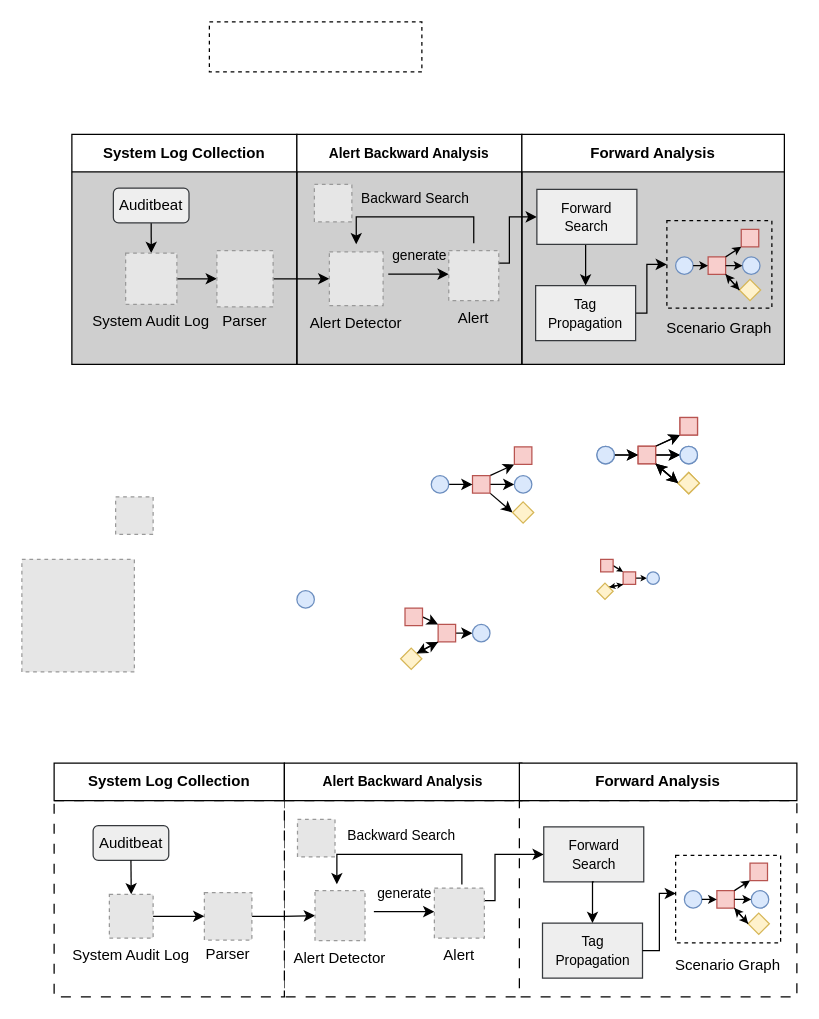
This is syf-files/system-audit-structure.drawio from eclaircy/draw.io-repository, a draw.io file, before an edit. Source tidied: cells renumbered, new cells numbered last; positions are measured from the earlier drawing's top-left corner, leaving out a move shared by most shapes. Both pictures are drawn from the tidied source at 125%, with x=0, y=0 at pixel (21, 21). Pictures stored in the file or linked from it are replaced by grey dashed boxes.
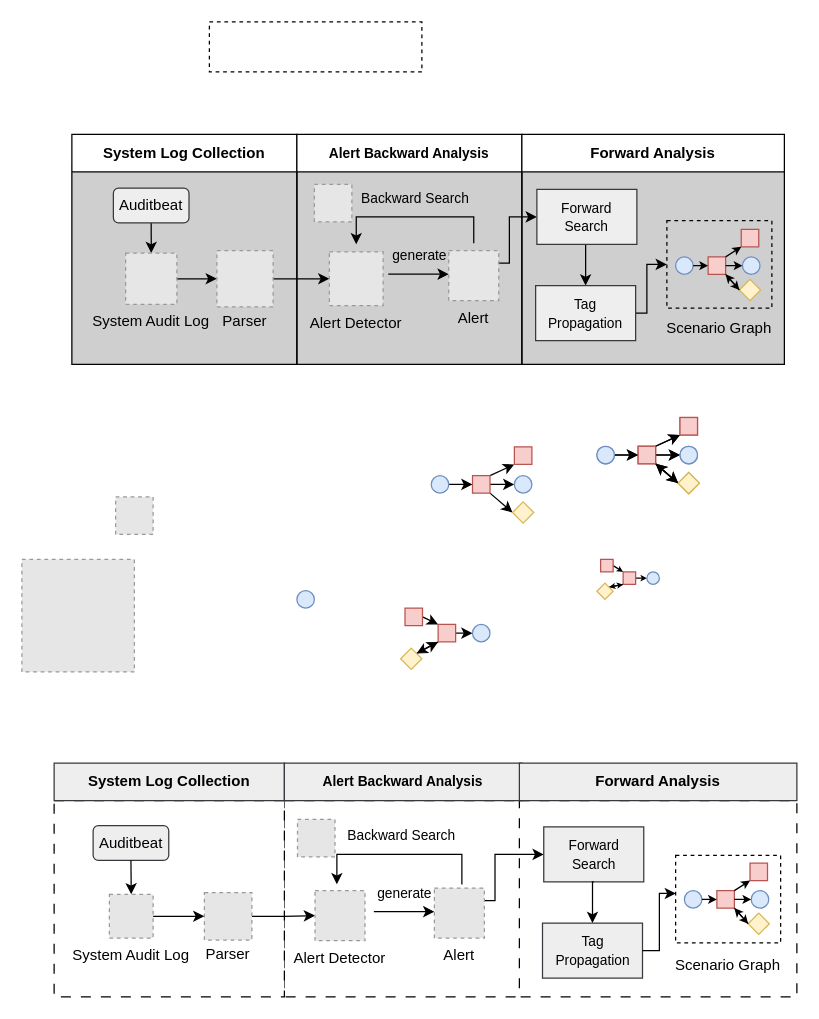
Above is the later version.

What changed in the source:
```diff
@@
-    <mxCell id="102" value="&lt;span style=&quot;font-weight: 700;&quot;&gt;System Log Collection&lt;/span&gt;" style="rounded=0;whiteSpace=wrap;html=1;" parent="1" vertex="1">
+    <mxCell id="102" value="&lt;span style=&quot;font-weight: 700;&quot;&gt;System Log Collection&lt;/span&gt;" style="rounded=0;whiteSpace=wrap;html=1;fillColor=#eeeeee;strokeColor=#36393d;" parent="1" vertex="1">
       <mxGeometry x="25.8" y="593" width="184.2" height="30" as="geometry" />
     </mxCell>
@@
-    <mxCell id="108" value="&lt;font style=&quot;font-size: 11px; font-weight: 700;&quot;&gt;Alert&amp;nbsp;&lt;/font&gt;&lt;span style=&quot;font-size: 11px; font-weight: 700; background-color: initial;&quot;&gt;Backward Analysis&lt;/span&gt;" style="rounded=0;whiteSpace=wrap;html=1;" parent="1" vertex="1">
+    <mxCell id="108" value="&lt;font style=&quot;font-size: 11px; font-weight: 700;&quot;&gt;Alert&amp;nbsp;&lt;/font&gt;&lt;span style=&quot;font-size: 11px; font-weight: 700; background-color: initial;&quot;&gt;Backward Analysis&lt;/span&gt;" style="rounded=0;whiteSpace=wrap;html=1;fillColor=#eeeeee;strokeColor=#36393d;" parent="1" vertex="1">
       <mxGeometry x="210" y="593" width="190" height="30" as="geometry" />
     </mxCell>
-    <mxCell id="109" value="&lt;span style=&quot;font-weight: 700;&quot;&gt;Forward Analysis&lt;/span&gt;" style="rounded=0;whiteSpace=wrap;html=1;" parent="1" vertex="1">
+    <mxCell id="109" value="&lt;span style=&quot;font-weight: 700;&quot;&gt;Forward Analysis&lt;/span&gt;" style="rounded=0;whiteSpace=wrap;html=1;fillColor=#eeeeee;strokeColor=#36393d;" parent="1" vertex="1">
       <mxGeometry x="398" y="593" width="222" height="30" as="geometry" />
     </mxCell>
```
